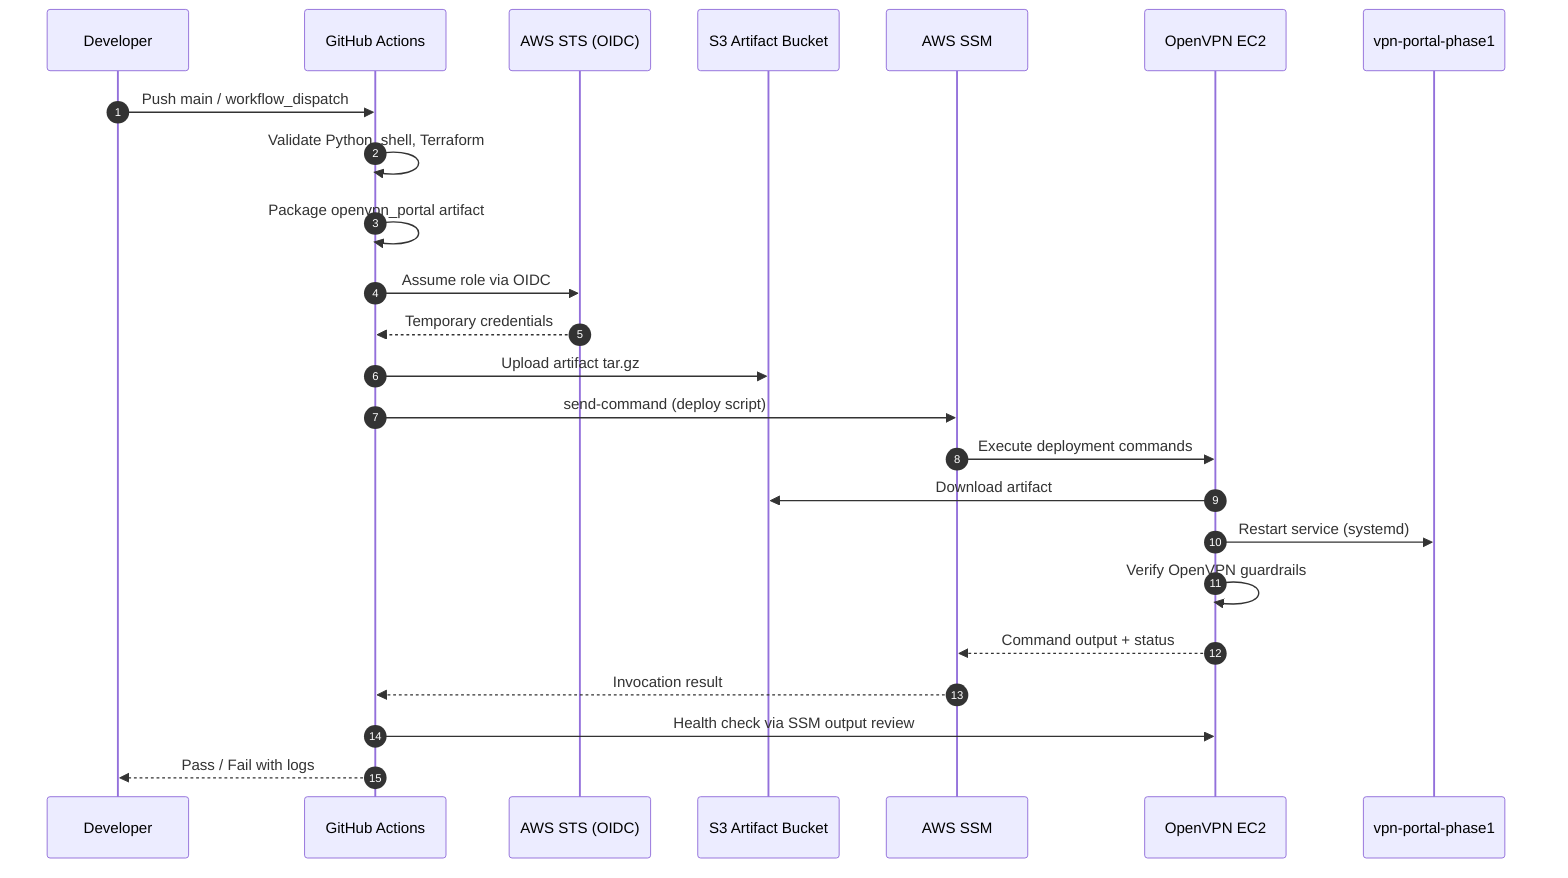
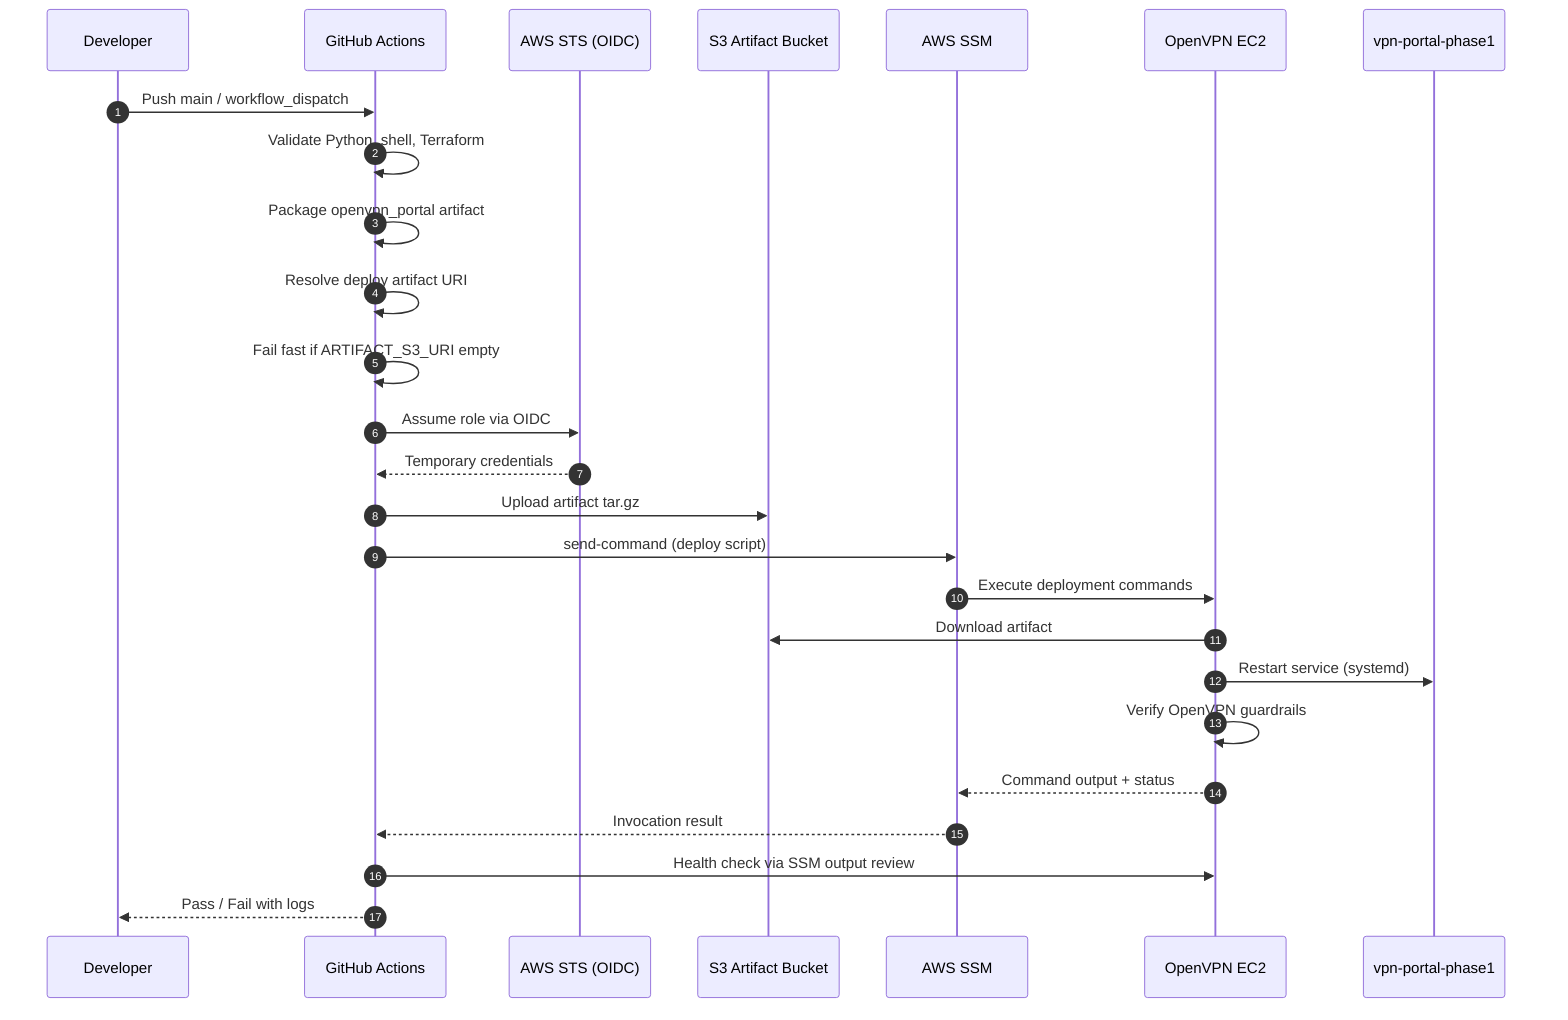
sequenceDiagram
    autonumber
    participant Dev as Developer
    participant GH as GitHub Actions
    participant STS as AWS STS (OIDC)
    participant S3 as S3 Artifact Bucket
    participant SSM as AWS SSM
    participant EC2 as OpenVPN EC2
    participant Portal as vpn-portal-phase1

    Dev->>GH: Push main / workflow_dispatch
    GH->>GH: Validate Python, shell, Terraform
    GH->>GH: Package openvpn_portal artifact
+     GH->>GH: Resolve deploy artifact URI
+     GH->>GH: Fail fast if ARTIFACT_S3_URI empty
    GH->>STS: Assume role via OIDC
    STS-->>GH: Temporary credentials
    GH->>S3: Upload artifact tar.gz
    GH->>SSM: send-command (deploy script)
    SSM->>EC2: Execute deployment commands
    EC2->>S3: Download artifact
    EC2->>Portal: Restart service (systemd)
    EC2->>EC2: Verify OpenVPN guardrails
    EC2-->>SSM: Command output + status
    SSM-->>GH: Invocation result
    GH->>EC2: Health check via SSM output review
    GH-->>Dev: Pass / Fail with logs
